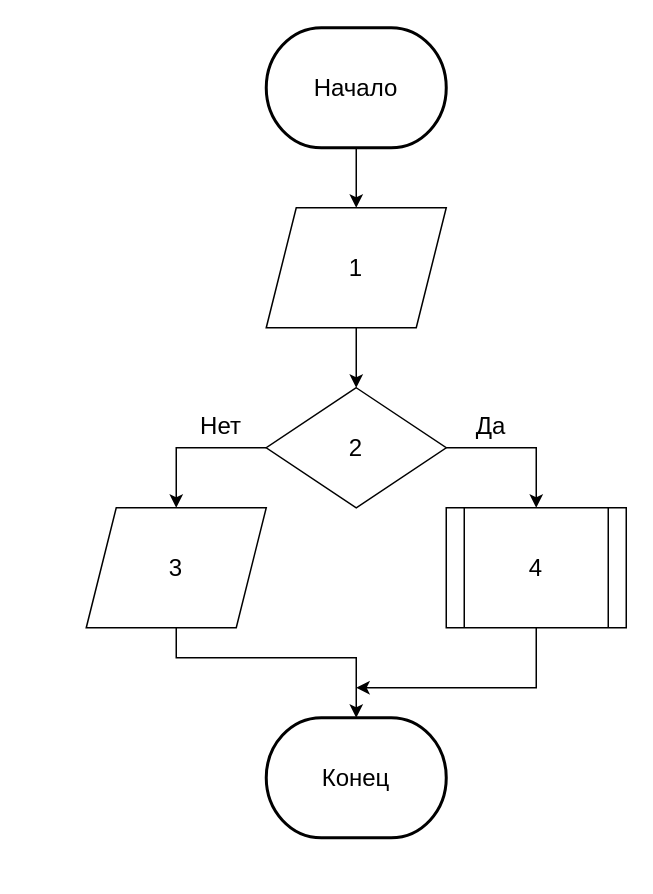
ZakharTS/kpo_course keeps this draw.io diagram as блок-схемы/рисунок 22.drawio. Above is the earlier version. Source tidied: cells renumbered, new cells numbered last; positions are measured from the earlier drawing's top-left corner, leaving out a move shared by most shapes. Both pictures are drawn from the tidied source at 150%, with x=0, y=0 at pixel (86, 27).
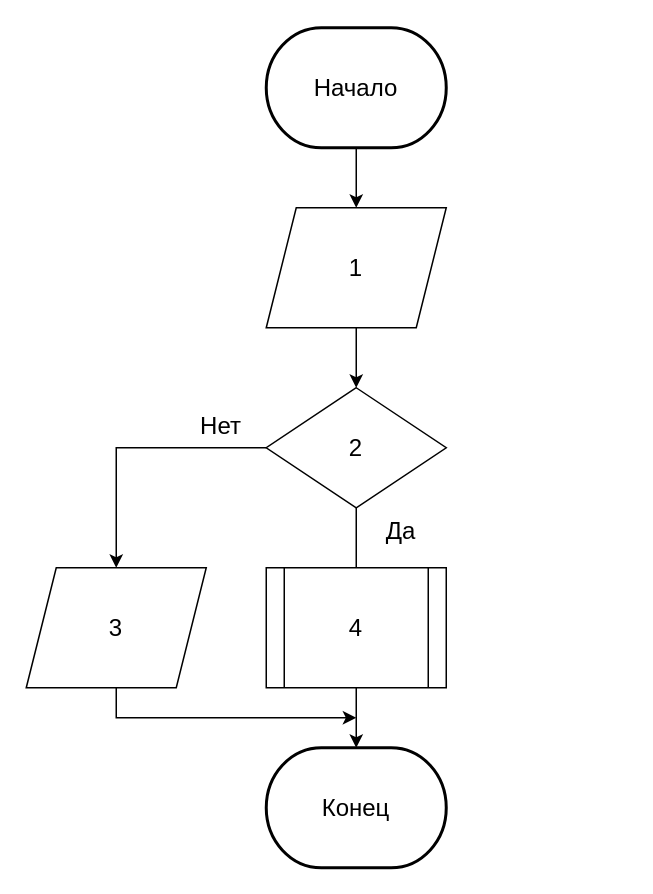
The same diagram, later.

The change refers to these unchanged cells:
```xml
<mxCell id="7" value="2" style="rhombus;whiteSpace=wrap;html=1;fontSize=16;" parent="1" vertex="1">
  <mxGeometry x="120" y="240" width="120" height="80" as="geometry" />
</mxCell>
```

The edit, as a diff of the source:
```diff
@@
     <mxCell id="2" value="&lt;font style=&quot;font-size: 16px;&quot;&gt;Конец&lt;/font&gt;" style="strokeWidth=2;html=1;shape=mxgraph.flowchart.terminator;whiteSpace=wrap;" parent="1" vertex="1">
-      <mxGeometry x="120" y="460" width="120" height="80" as="geometry" />
+      <mxGeometry x="120" y="480" width="120" height="80" as="geometry" />
     </mxCell>
@@
-    <mxCell id="5" style="edgeStyle=orthogonalEdgeStyle;rounded=0;jettySize=auto;html=1;entryX=0.5;entryY=0;entryDx=0;entryDy=0;fontSize=16;" parent="1" edge="1" source="7">
-      <mxGeometry relative="1" as="geometry">
-        <mxPoint x="300" y="320" as="targetPoint" />
-        <Array as="points">
-          <mxPoint x="300" y="280" />
-        </Array>
-      </mxGeometry>
-    </mxCell>
-    <mxCell id="6" style="edgeStyle=orthogonalEdgeStyle;rounded=0;jettySize=auto;html=1;fontSize=16;" parent="1" edge="1" source="7">
+    <mxCell id="6" style="edgeStyle=orthogonalEdgeStyle;rounded=0;jettySize=auto;html=1;fontSize=16;entryX=0.5;entryY=0;entryDx=0;entryDy=0;" parent="1" edge="1" source="7" target="13">
       <mxGeometry relative="1" as="geometry">
-        <mxPoint x="60" y="320" as="targetPoint" />
         <Array as="points">
-          <mxPoint x="60" y="280" />
+          <mxPoint x="20" y="280" />
         </Array>
       </mxGeometry>
     </mxCell>
+    <mxCell id="16" style="edgeStyle=orthogonalEdgeStyle;rounded=0;jettySize=auto;html=1;entryX=0.5;entryY=0;entryDx=0;entryDy=0;endArrow=none;endFill=0;" parent="1" edge="1" source="7" target="11">
+      <mxGeometry relative="1" as="geometry" />
+    </mxCell>
@@
     <mxCell id="8" value="Да" style="text;html=1;strokeColor=none;fillColor=none;align=center;verticalAlign=middle;whiteSpace=wrap;rounded=0;fontSize=16;" parent="1" vertex="1">
-      <mxGeometry x="240" y="250" width="60" height="30" as="geometry" />
+      <mxGeometry x="180" y="320" width="60" height="30" as="geometry" />
     </mxCell>
@@
-    <mxCell id="10" style="edgeStyle=orthogonalEdgeStyle;rounded=0;jettySize=auto;html=1;fontSize=16;endArrow=classic;endFill=1;" parent="1" edge="1" source="11">
-      <mxGeometry relative="1" as="geometry">
-        <mxPoint x="180" y="440" as="targetPoint" />
-        <Array as="points">
-          <mxPoint x="300" y="440" />
-        </Array>
-      </mxGeometry>
-    </mxCell>
+    <mxCell id="17" style="edgeStyle=orthogonalEdgeStyle;rounded=0;jettySize=auto;html=1;entryX=0.5;entryY=0;entryDx=0;entryDy=0;entryPerimeter=0;endArrow=classic;endFill=1;" parent="1" edge="1" source="11" target="2">
+      <mxGeometry relative="1" as="geometry" />
+    </mxCell>
     <mxCell id="11" value="4" style="shape=process;whiteSpace=wrap;html=1;backgroundOutline=1;fontSize=16;" parent="1" vertex="1">
-      <mxGeometry x="240" y="320" width="120" height="80" as="geometry" />
+      <mxGeometry x="120" y="360" width="120" height="80" as="geometry" />
     </mxCell>
-    <mxCell id="12" style="edgeStyle=orthogonalEdgeStyle;rounded=0;jettySize=auto;html=1;entryX=0.5;entryY=0;entryDx=0;entryDy=0;entryPerimeter=0;fontSize=16;endArrow=classic;endFill=1;" parent="1" edge="1" source="13" target="2">
-      <mxGeometry relative="1" as="geometry">
-        <Array as="points">
-          <mxPoint x="60" y="420" />
-          <mxPoint x="180" y="420" />
-        </Array>
-      </mxGeometry>
-    </mxCell>
+    <mxCell id="18" style="edgeStyle=orthogonalEdgeStyle;rounded=0;jettySize=auto;html=1;endArrow=classic;endFill=1;" parent="1" edge="1" source="13">
+      <mxGeometry relative="1" as="geometry">
+        <mxPoint x="180" y="460" as="targetPoint" />
+        <Array as="points">
+          <mxPoint x="20" y="460" />
+        </Array>
+      </mxGeometry>
+    </mxCell>
     <mxCell id="13" value="3" style="shape=parallelogram;perimeter=parallelogramPerimeter;whiteSpace=wrap;html=1;fixedSize=1;fontSize=16;" parent="1" vertex="1">
-      <mxGeometry y="320" width="120" height="80" as="geometry" />
+      <mxGeometry x="-40" y="360" width="120" height="80" as="geometry" />
     </mxCell>
```
